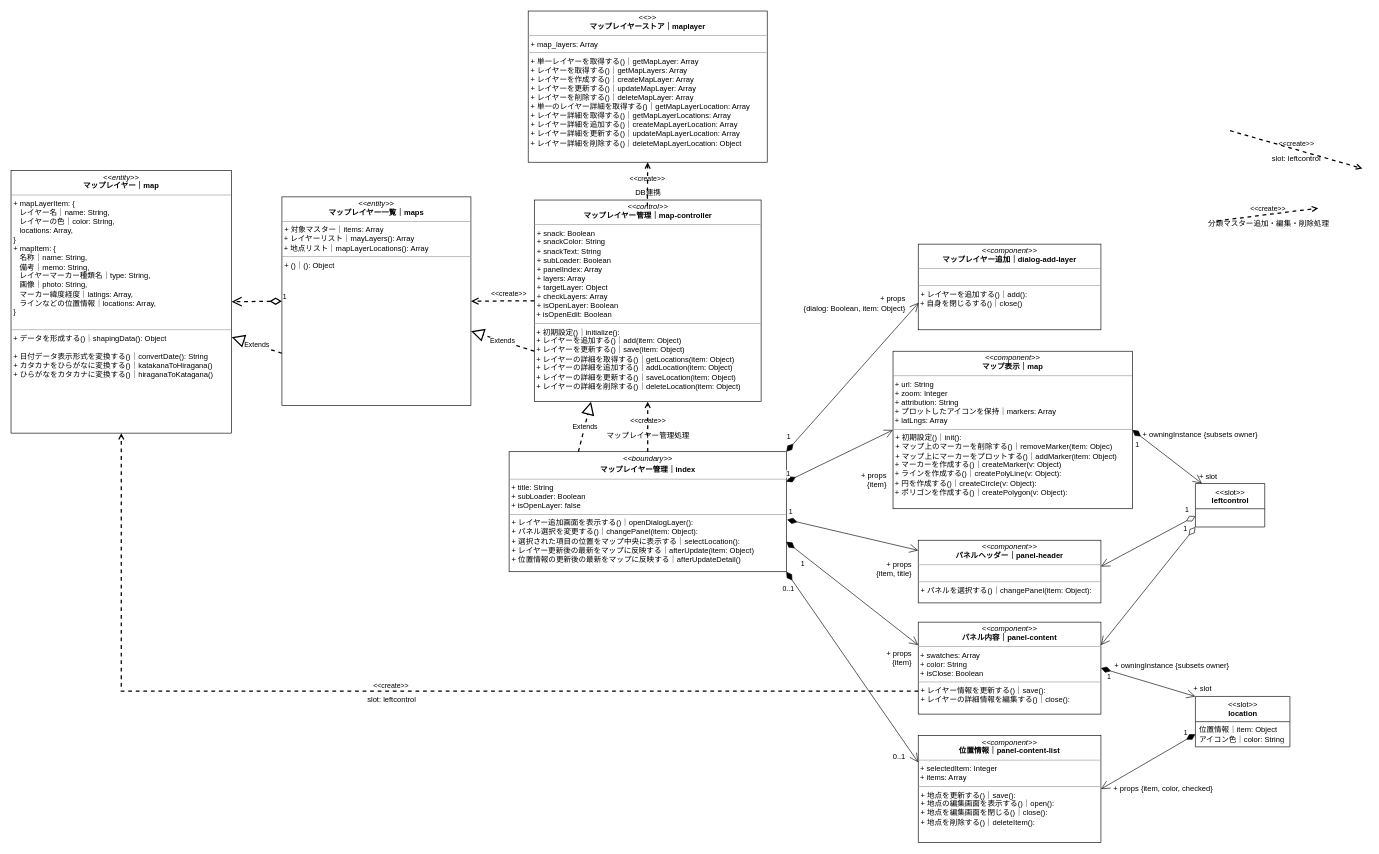
Above: iriomote-anymaps.drawio in kaoru387/draw.io (draw.io), before the change. Source tidied: cells renumbered, new cells numbered last; positions are measured from the earlier drawing's top-left corner, leaving out a move shared by most shapes. Both pictures are drawn from the tidied source at 63%, with x=0, y=0 at pixel (11, 11).
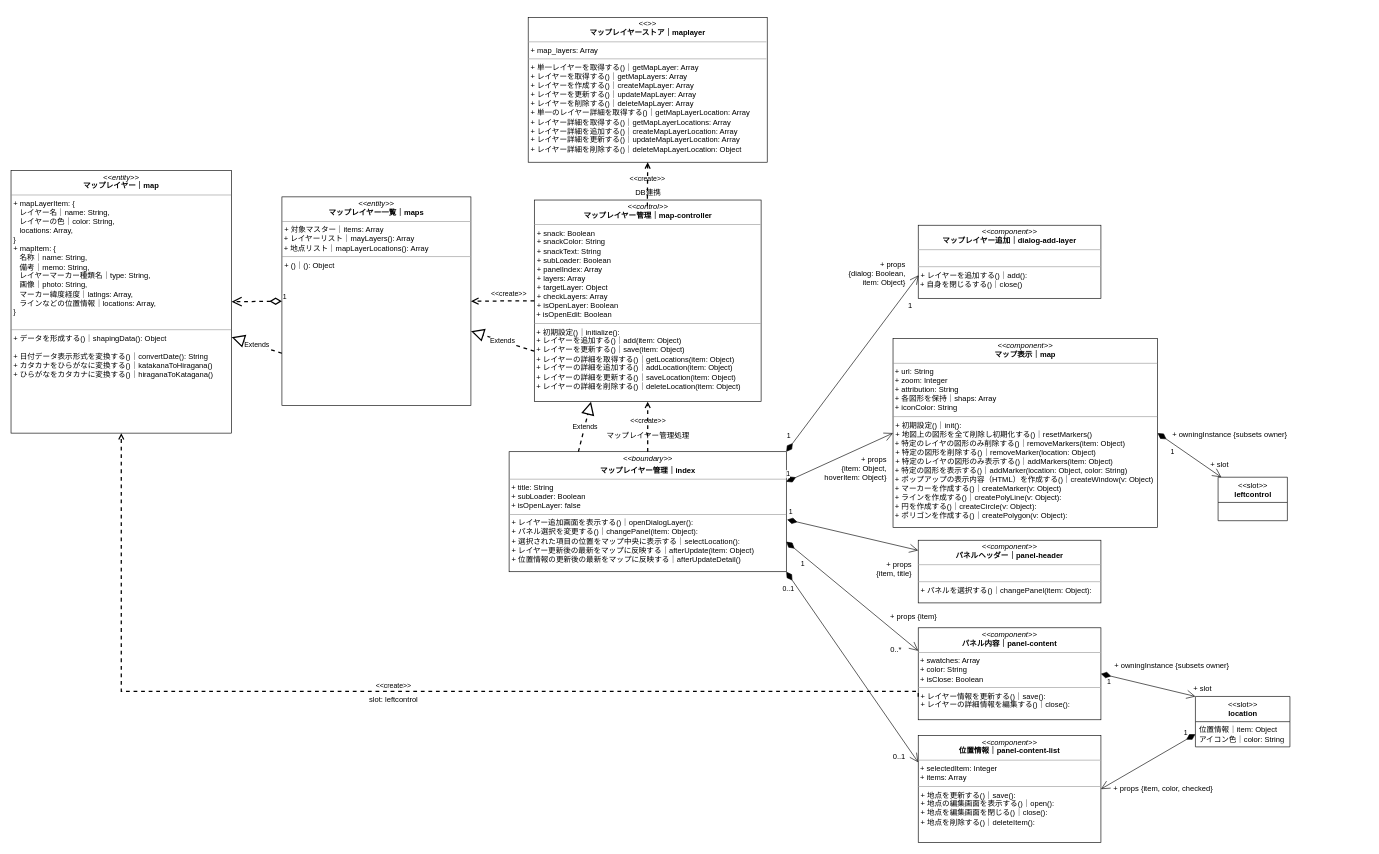
After the change.

Commit message:
iriomote-anymaps.drawio を更新します

Unchanged cells that the change refers to:
```xml
<mxCell id="10" value="&lt;p style=&quot;margin:0px;margin-top:4px;text-align:center;&quot;&gt;&lt;i&gt;&amp;lt;&amp;lt;&lt;/i&gt;&lt;i&gt;component&lt;/i&gt;&lt;i&gt;&amp;gt;&amp;gt;&lt;/i&gt;&lt;br&gt;&lt;b&gt;パネルヘッダー｜&lt;/b&gt;&lt;b style=&quot;background-color: initial;&quot;&gt;panel-header&lt;/b&gt;&lt;/p&gt;&lt;hr size=&quot;1&quot;&gt;&lt;div&gt;&lt;/div&gt;&lt;br&gt;&lt;hr size=&quot;1&quot;&gt;&lt;p style=&quot;margin:0px;margin-left:4px;&quot;&gt;+ パネルを選択する()｜changePanel(item: Object):&amp;nbsp;&lt;/p&gt;" style="verticalAlign=top;align=left;overflow=fill;fontSize=12;fontFamily=Helvetica;html=1;" parent="1" vertex="1">
  <mxGeometry x="1440" y="840" width="290" height="99.5" as="geometry" />
</mxCell>
```

Change to the diagram source:
```diff
@@
     <mxCell id="5" value="&lt;p style=&quot;margin:0px;margin-top:4px;text-align:center;&quot;&gt;&lt;i&gt;&amp;lt;&amp;lt;&lt;/i&gt;&lt;i&gt;component&lt;/i&gt;&lt;i&gt;&amp;gt;&amp;gt;&lt;/i&gt;&lt;br&gt;&lt;b&gt;マップレイヤー追加｜&lt;/b&gt;&lt;b style=&quot;background-color: initial;&quot;&gt;dialog-add-layer&lt;/b&gt;&lt;/p&gt;&lt;hr size=&quot;1&quot;&gt;&lt;div&gt;&lt;/div&gt;&lt;br&gt;&lt;hr size=&quot;1&quot;&gt;&lt;p style=&quot;margin:0px;margin-left:4px;&quot;&gt;+ レイヤーを追加する()｜add():&amp;nbsp;&lt;/p&gt;&amp;nbsp;+ 自身を閉じるする()｜close()" style="verticalAlign=top;align=left;overflow=fill;fontSize=12;fontFamily=Helvetica;html=1;" parent="1" vertex="1">
-      <mxGeometry x="1440" y="370" width="290" height="136" as="geometry" />
+      <mxGeometry x="1440" y="340" width="290" height="116" as="geometry" />
     </mxCell>
-    <mxCell id="6" value="&lt;p style=&quot;margin:0px;margin-top:4px;text-align:center;&quot;&gt;&lt;i&gt;&amp;lt;&amp;lt;&lt;/i&gt;&lt;i&gt;component&lt;/i&gt;&lt;i&gt;&amp;gt;&amp;gt;&lt;/i&gt;&lt;br&gt;&lt;b&gt;マップ表示｜&lt;/b&gt;&lt;b style=&quot;background-color: initial;&quot;&gt;map&lt;/b&gt;&lt;/p&gt;&lt;hr size=&quot;1&quot;&gt;&lt;div&gt;&lt;span style=&quot;background-color: initial;&quot;&gt;&amp;nbsp;+ url: String&lt;/span&gt;&lt;/div&gt;&lt;div&gt;&amp;nbsp;+ zoom: Integer&lt;/div&gt;&amp;nbsp;+&amp;nbsp;&lt;span style=&quot;background-color: initial;&quot;&gt;attribution: String&lt;/span&gt;&lt;br&gt;&amp;nbsp;+ プロットしたアイコンを保持｜&lt;span style=&quot;background-color: initial;&quot;&gt;markers: Array&lt;/span&gt;&lt;br&gt;&amp;nbsp;+&amp;nbsp;&lt;span style=&quot;background-color: initial;&quot;&gt;latLngs: Array&lt;/span&gt;&lt;br&gt;&lt;hr size=&quot;1&quot;&gt;&lt;p style=&quot;margin:0px;margin-left:4px;&quot;&gt;+ 初期設定()｜init():&amp;nbsp;&lt;/p&gt;&lt;p style=&quot;margin:0px;margin-left:4px;&quot;&gt;+ マップ上のマーカーを削除する()｜removeMarker(item: Objec)&lt;br&gt;&lt;/p&gt;&lt;p style=&quot;margin:0px;margin-left:4px;&quot;&gt;+ マップ上にマーカーをプロットする()｜addMarker(item: Object)&lt;br&gt;&lt;/p&gt;&amp;nbsp;+ マーカーを作成する()｜createMarker(v: Object)&lt;br&gt;&amp;nbsp;+ ラインを作成する()｜createPolyLine(v: Object):&amp;nbsp;&lt;br&gt;&amp;nbsp;+ 円を作成する()｜createCircle(v: Object):&amp;nbsp;&lt;br&gt;&amp;nbsp;+ ポリゴンを作成する()｜createPolygon(v: Object):&amp;nbsp;" style="verticalAlign=top;align=left;overflow=fill;fontSize=12;fontFamily=Helvetica;html=1;" parent="1" vertex="1">
-      <mxGeometry x="1400" y="540" width="380" height="250" as="geometry" />
+    <mxCell id="6" value="&lt;p style=&quot;margin:0px;margin-top:4px;text-align:center;&quot;&gt;&lt;i&gt;&amp;lt;&amp;lt;&lt;/i&gt;&lt;i&gt;component&lt;/i&gt;&lt;i&gt;&amp;gt;&amp;gt;&lt;/i&gt;&lt;br&gt;&lt;b&gt;マップ表示｜&lt;/b&gt;&lt;b style=&quot;background-color: initial;&quot;&gt;map&lt;/b&gt;&lt;/p&gt;&lt;hr size=&quot;1&quot;&gt;&lt;div&gt;&lt;span style=&quot;background-color: initial;&quot;&gt;&amp;nbsp;+ url: String&lt;/span&gt;&lt;/div&gt;&lt;div&gt;&amp;nbsp;+ zoom: Integer&lt;/div&gt;&amp;nbsp;+&amp;nbsp;&lt;span style=&quot;background-color: initial;&quot;&gt;attribution: String&lt;/span&gt;&lt;br&gt;&amp;nbsp;+ 各図形を保持｜&lt;span style=&quot;background-color: initial;&quot;&gt;shaps: Array&lt;/span&gt;&lt;br&gt;&amp;nbsp;+&amp;nbsp;&lt;span style=&quot;background-color: initial;&quot;&gt;iconColor: String&lt;/span&gt;&lt;br&gt;&lt;hr size=&quot;1&quot;&gt;&lt;p style=&quot;margin:0px;margin-left:4px;&quot;&gt;+ 初期設定()｜init():&amp;nbsp;&lt;/p&gt;&lt;p style=&quot;margin:0px;margin-left:4px;&quot;&gt;+ 地図上の図形を全て削除し初期化する()｜resetMarkers()&lt;br&gt;&lt;/p&gt;&amp;nbsp;+ 特定のレイヤの図形のみ削除する()｜removeMarkers(item: Object)&lt;p style=&quot;margin:0px;margin-left:4px;&quot;&gt;+ 特定の図形を削除する()｜removeMarker(location: Object)&lt;br&gt;&lt;/p&gt;&lt;p style=&quot;margin:0px;margin-left:4px;&quot;&gt;+ 特定のレイヤの図形のみ表示する()｜addMarkers(item: Object)&lt;/p&gt;&amp;nbsp;+ 特定の図形を表示する()｜addMarker(location: Object, color: String)&lt;br&gt;&amp;nbsp;+ ポップアップの表示内容（HTML）を作成する()｜createWindow(v: Object)&lt;br&gt;&amp;nbsp;+ マーカーを作成する()｜createMarker(v: Object)&lt;br&gt;&amp;nbsp;+ ラインを作成する()｜createPolyLine(v: Object):&amp;nbsp;&lt;br&gt;&amp;nbsp;+ 円を作成する()｜createCircle(v: Object):&amp;nbsp;&lt;br&gt;&amp;nbsp;+ ポリゴンを作成する()｜createPolygon(v: Object):&amp;nbsp;" style="verticalAlign=top;align=left;overflow=fill;fontSize=12;fontFamily=Helvetica;html=1;" parent="1" vertex="1">
+      <mxGeometry x="1400" y="520" width="420" height="300" as="geometry" />
     </mxCell>
@@
-    <mxCell id="8" value="&amp;lt;&amp;lt;create&amp;gt;&amp;gt;" style="endArrow=open;html=1;rounded=0;align=center;verticalAlign=bottom;dashed=1;endFill=0;labelBackgroundColor=none;fontColor=#000000;startSize=22;endSize=6;sourcePerimeterSpacing=0;targetPerimeterSpacing=0;strokeWidth=2;jumpSize=6;" parent="1" edge="1">
-      <mxGeometry relative="1" as="geometry">
-        <mxPoint x="1915" y="333" as="sourcePoint" />
-        <mxPoint x="2075" y="313" as="targetPoint" />
-      </mxGeometry>
-    </mxCell>
-    <mxCell id="9" value="分類マスター追加・編集・削除処理" style="html=1;align=center;verticalAlign=top;labelBackgroundColor=none;fontColor=#000000;" parent="8" vertex="1">
-      <mxGeometry relative="1" as="geometry" />
-    </mxCell>
@@
     <mxCell id="11" value="&lt;p style=&quot;margin:0px;margin-top:4px;text-align:center;&quot;&gt;&lt;i&gt;&amp;lt;&amp;lt;&amp;gt;&amp;gt;&lt;/i&gt;&lt;br&gt;&lt;b&gt;マップレイヤーストア｜maplayer&lt;/b&gt;&lt;br&gt;&lt;/p&gt;&lt;hr size=&quot;1&quot;&gt;&lt;p style=&quot;margin:0px;margin-left:4px;&quot;&gt;+ map_layers: Array&lt;/p&gt;&lt;hr size=&quot;1&quot;&gt;&lt;p style=&quot;margin:0px;margin-left:4px;&quot;&gt;&lt;span style=&quot;background-color: initial;&quot;&gt;+ 単一レイヤーを取得する()｜getMapLayer: Array&lt;/span&gt;&lt;br&gt;&lt;/p&gt;&lt;p style=&quot;margin:0px;margin-left:4px;&quot;&gt;+ レイヤーを取得する()｜getMapLayers: Array&lt;/p&gt;&lt;p style=&quot;margin:0px;margin-left:4px;&quot;&gt;+ レイヤーを作成する()｜createMapLayer: Array&lt;/p&gt;&lt;p style=&quot;margin:0px;margin-left:4px;&quot;&gt;+ レイヤーを更新する()｜updateMapLayer: Array&lt;/p&gt;&lt;p style=&quot;margin:0px;margin-left:4px;&quot;&gt;+ レイヤーを削除する()｜deleteMapLayer: Array&lt;/p&gt;&lt;p style=&quot;margin:0px;margin-left:4px;&quot;&gt;+ 単一のレイヤー詳細を取得する()｜getMapLayerLocation: Array&lt;/p&gt;&lt;p style=&quot;margin:0px;margin-left:4px;&quot;&gt;+ レイヤー詳細を取得する()｜getMapLayerLocations: Array&lt;/p&gt;&lt;p style=&quot;margin:0px;margin-left:4px;&quot;&gt;+ レイヤー詳細を追加する()｜createMapLayerLocation: Array&lt;/p&gt;&lt;p style=&quot;margin:0px;margin-left:4px;&quot;&gt;+ レイヤー詳細を更新する()｜updateMapLayerLocation: Array&lt;/p&gt;&lt;p style=&quot;margin:0px;margin-left:4px;&quot;&gt;&lt;span style=&quot;background-color: initial;&quot;&gt;&lt;/span&gt;&lt;/p&gt;&lt;p style=&quot;margin:0px;margin-left:4px;&quot;&gt;+ レイヤー詳細を削除する&lt;span style=&quot;background-color: initial;&quot;&gt;()｜deleteMapLayerLocation: Object&lt;/span&gt;&lt;/p&gt;" style="verticalAlign=top;align=left;overflow=fill;fontSize=12;fontFamily=Helvetica;html=1;fontColor=#000000;" parent="1" vertex="1">
-      <mxGeometry x="820.9" width="379.4" height="240" as="geometry" />
+      <mxGeometry x="820.9" y="10" width="379.4" height="230" as="geometry" />
     </mxCell>
@@
     <mxCell id="17" value="&lt;p style=&quot;margin:0px;margin-top:4px;text-align:center;&quot;&gt;&lt;i&gt;&amp;lt;&amp;lt;component&amp;gt;&amp;gt;&lt;/i&gt;&lt;br&gt;&lt;b&gt;パネル内容｜&lt;/b&gt;&lt;b style=&quot;background-color: initial;&quot;&gt;panel-content&lt;/b&gt;&lt;/p&gt;&lt;hr size=&quot;1&quot;&gt;&lt;div&gt;&lt;span style=&quot;background-color: initial;&quot;&gt;&amp;nbsp;+ swatches: Array&lt;/span&gt;&lt;/div&gt;&amp;nbsp;+ color: String&lt;br&gt;&amp;nbsp;+&amp;nbsp;isClose: Boolean&lt;br&gt;&lt;hr size=&quot;1&quot;&gt;&lt;p style=&quot;margin:0px;margin-left:4px;&quot;&gt;&lt;span style=&quot;background-color: initial;&quot;&gt;+ レイヤー情報を更新する()｜save():&amp;nbsp;&lt;/span&gt;&lt;br&gt;&lt;/p&gt;&lt;p style=&quot;margin:0px;margin-left:4px;&quot;&gt;+ レイヤーの詳細情報を編集する()｜close():&amp;nbsp;&lt;span style=&quot;background-color: initial;&quot;&gt;&lt;br&gt;&lt;/span&gt;&lt;/p&gt;" style="verticalAlign=top;align=left;overflow=fill;fontSize=12;fontFamily=Helvetica;html=1;" parent="1" vertex="1">
-      <mxGeometry x="1440" y="970" width="290" height="146" as="geometry" />
+      <mxGeometry x="1440" y="979" width="290" height="146" as="geometry" />
     </mxCell>
-    <mxCell id="18" value="&amp;lt;&amp;lt;create&amp;gt;&amp;gt;" style="endArrow=open;html=1;rounded=0;align=center;verticalAlign=bottom;dashed=1;endFill=0;labelBackgroundColor=none;fontColor=#000000;startSize=22;endSize=6;sourcePerimeterSpacing=0;targetPerimeterSpacing=0;strokeWidth=2;jumpSize=6;" parent="1" edge="1">
-      <mxGeometry relative="1" as="geometry">
-        <mxPoint x="1935" y="190" as="sourcePoint" />
-        <mxPoint x="2145" y="250" as="targetPoint" />
-      </mxGeometry>
-    </mxCell>
-    <mxCell id="19" value="slot:&amp;nbsp;leftcontrol" style="html=1;align=center;verticalAlign=top;labelBackgroundColor=none;fontColor=#000000;" parent="18" vertex="1">
-      <mxGeometry relative="1" as="geometry" />
-    </mxCell>
@@
     <mxCell id="34" value="+ slot" style="html=1;align=right;verticalAlign=bottom;labelBackgroundColor=none;" parent="1" vertex="1">
-      <mxGeometry x="1916" y="749" as="geometry">
+      <mxGeometry x="1934" y="730" as="geometry">
         <mxPoint x="-1" y="-2" as="offset" />
       </mxGeometry>
     </mxCell>
@@
     <mxCell id="37" value="&amp;lt;&amp;lt;slot&amp;gt;&amp;gt;&lt;br&gt;&lt;b&gt;leftcontrol&lt;/b&gt;" style="swimlane;fontStyle=0;align=center;verticalAlign=top;horizontal=1;startSize=40;html=1;" parent="1" vertex="1">
-      <mxGeometry x="1880" y="750" width="110" height="69" as="geometry" />
+      <mxGeometry x="1916" y="740" width="110" height="69" as="geometry" />
     </mxCell>
     <mxCell id="38" value="1" style="endArrow=open;html=1;endSize=12;startArrow=diamondThin;startSize=14;startFill=1;align=left;verticalAlign=bottom;rounded=0;exitX=1;exitY=0.5;exitDx=0;exitDy=0;" parent="1" edge="1" source="6" target="37">
-      <mxGeometry x="-0.68" y="-23" relative="1" as="geometry" />
+      <mxGeometry x="-0.38" y="-21" relative="1" as="geometry" />
     </mxCell>
     <mxCell id="39" value="+ owningInstance {subsets owner}" style="html=1;align=right;verticalAlign=bottom;labelBackgroundColor=none;" parent="1" vertex="1">
-      <mxGeometry x="1979" y="680" as="geometry" />
+      <mxGeometry x="2026" y="680" as="geometry" />
     </mxCell>
-    <mxCell id="40" value="1" style="endArrow=open;html=1;endSize=12;startArrow=diamondThin;startSize=14;startFill=0;align=left;verticalAlign=bottom;rounded=0;exitX=0;exitY=0.75;exitDx=0;exitDy=0;entryX=1;entryY=0.42;entryDx=0;entryDy=0;entryPerimeter=0;" parent="1" edge="1" source="37" target="10">
-      <mxGeometry x="-0.81" y="-9" relative="1" as="geometry" />
-    </mxCell>
@@
-    <mxCell id="45" value="+ props &lt;br&gt;{item}" style="html=1;align=right;verticalAlign=bottom;labelBackgroundColor=none;" parent="1" vertex="1">
-      <mxGeometry x="1430.2" y="1043" as="geometry" />
+    <mxCell id="45" value="+ props {item}" style="html=1;align=right;verticalAlign=bottom;labelBackgroundColor=none;" parent="1" vertex="1">
+      <mxGeometry x="1470" y="970" as="geometry" />
     </mxCell>
-    <mxCell id="46" value="1" style="endArrow=open;html=1;endSize=12;startArrow=diamondThin;startSize=14;startFill=0;align=left;verticalAlign=bottom;rounded=0;entryX=1;entryY=0.25;entryDx=0;entryDy=0;exitX=0;exitY=1;exitDx=0;exitDy=0;" parent="1" edge="1" source="37" target="17">
-      <mxGeometry x="-0.81" y="-9" relative="1" as="geometry" />
-    </mxCell>
-    <mxCell id="47" value="+ props&lt;br&gt;&amp;nbsp;{item}" style="html=1;align=right;verticalAlign=bottom;labelBackgroundColor=none;" parent="1" vertex="1">
-      <mxGeometry x="1390" y="760" as="geometry" />
+    <mxCell id="47" value="+ props&lt;br&gt;&amp;nbsp;{item: Object, &lt;br&gt;hoverItem: Object}" style="html=1;align=right;verticalAlign=bottom;labelBackgroundColor=none;" parent="1" vertex="1">
+      <mxGeometry x="1390" y="749" as="geometry" />
     </mxCell>
@@
-    <mxCell id="49" value="+ props &lt;br&gt;{dialog: Boolean, item: Object}" style="html=1;align=right;verticalAlign=bottom;labelBackgroundColor=none;" parent="1" vertex="1">
-      <mxGeometry x="1420" y="480" as="geometry" />
+    <mxCell id="49" value="+ props &lt;br&gt;{dialog: Boolean, &lt;br&gt;item: Object}" style="html=1;align=right;verticalAlign=bottom;labelBackgroundColor=none;" parent="1" vertex="1">
+      <mxGeometry x="1420" y="440" as="geometry" />
     </mxCell>
+    <mxCell id="50" value="0..*" style="html=1;align=left;verticalAlign=top;labelBackgroundColor=none;" parent="1" vertex="1">
+      <mxGeometry x="1400" y="1220" as="geometry">
+        <mxPoint x="-6" y="-220" as="offset" />
+      </mxGeometry>
+    </mxCell>
+    <mxCell id="51" value="1" style="html=1;align=right;verticalAlign=bottom;labelBackgroundColor=none;" parent="1" vertex="1">
+      <mxGeometry x="1934" y="740" as="geometry">
+        <mxPoint x="-503" y="-264" as="offset" />
+      </mxGeometry>
+    </mxCell>
```
